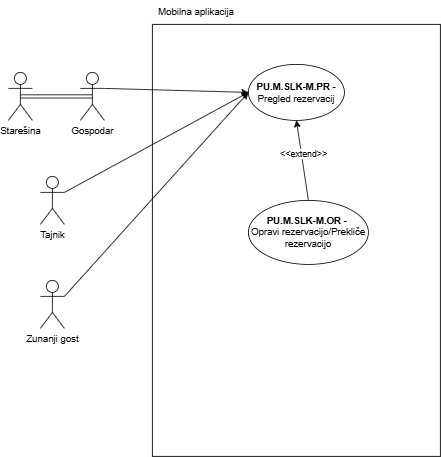
This is Skrbnistvo lovskih koc-Mobilna aplikacija.drawio.png from ErnestISv/Lovstvo, a draw.io export, as it was before one commit. Source tidied: cells renumbered, new cells last; positions are measured from the earlier drawing's top-left corner, leaving out a move shared by most shapes.
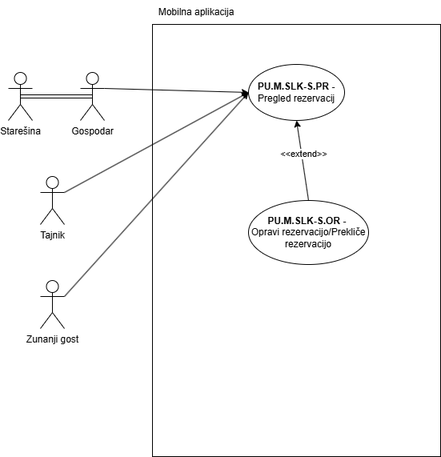
After the commit.

What changed in the source:
```diff
@@ -5,10 +5,10 @@
     <mxCell id="2" style="rounded=0;whiteSpace=wrap;html=1;" parent="1" vertex="1">
       <mxGeometry x="180" y="30" width="360" height="540" as="geometry" />
     </mxCell>
-    <mxCell id="3" value="&lt;b&gt;PU.M.SLK-M.PR -&lt;/b&gt; Pregled rezervacij" style="ellipse;whiteSpace=wrap;html=1;" parent="1" vertex="1">
+    <mxCell id="3" value="&lt;b&gt;PU.M.SLK-S.PR -&lt;/b&gt; Pregled rezervacij" style="ellipse;whiteSpace=wrap;html=1;" parent="1" vertex="1">
       <mxGeometry x="300" y="80" width="120" height="70" as="geometry" />
     </mxCell>
-    <mxCell id="4" value="&lt;b&gt;PU.M.SLK-M.&lt;/b&gt;&lt;b&gt;OR -&lt;/b&gt;&amp;nbsp;&lt;div&gt;Opravi rezervacijo/Prekliče rezervacijo&lt;/div&gt;" style="ellipse;whiteSpace=wrap;html=1;" parent="1" vertex="1">
+    <mxCell id="4" value="&lt;b&gt;PU.M.SLK-S.&lt;/b&gt;&lt;b&gt;OR -&lt;/b&gt;&amp;nbsp;&lt;div&gt;Opravi rezervacijo/Prekliče rezervacijo&lt;/div&gt;" style="ellipse;whiteSpace=wrap;html=1;" parent="1" vertex="1">
       <mxGeometry x="300" y="250" width="150" height="80" as="geometry" />
     </mxCell>
     <mxCell id="5" value="Mobilna aplikacija" style="text;html=1;align=center;verticalAlign=middle;whiteSpace=wrap;rounded=0;" parent="1" vertex="1">
```
